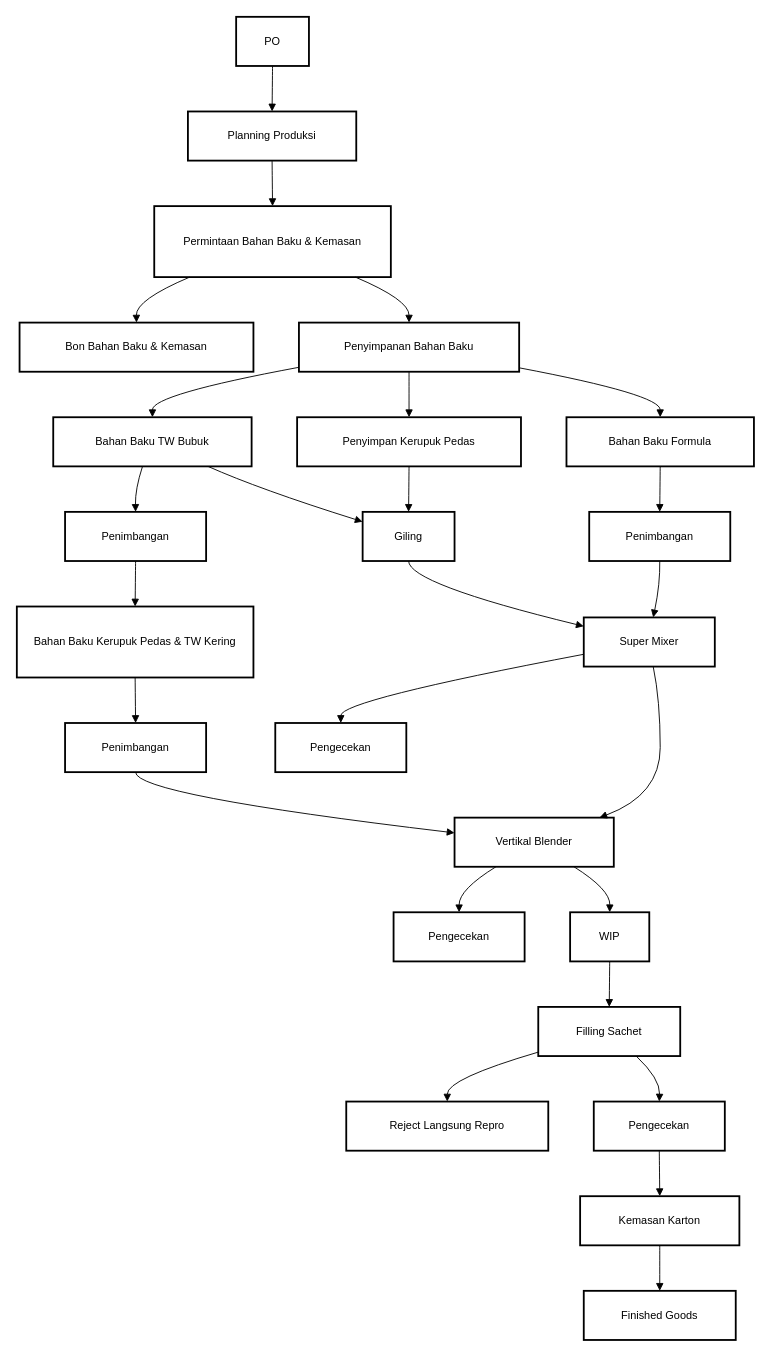
The draw.io diagram Finna Rawit Tabur SKL 3.drawio in hafizh911/drawio, before the edit. Source tidied: cells renumbered, new cells numbered last; positions are measured from the earlier drawing's top-left corner, leaving out a move shared by most shapes. Both pictures are drawn from the tidied source at 91%, with x=0, y=0 at pixel (16, 16).
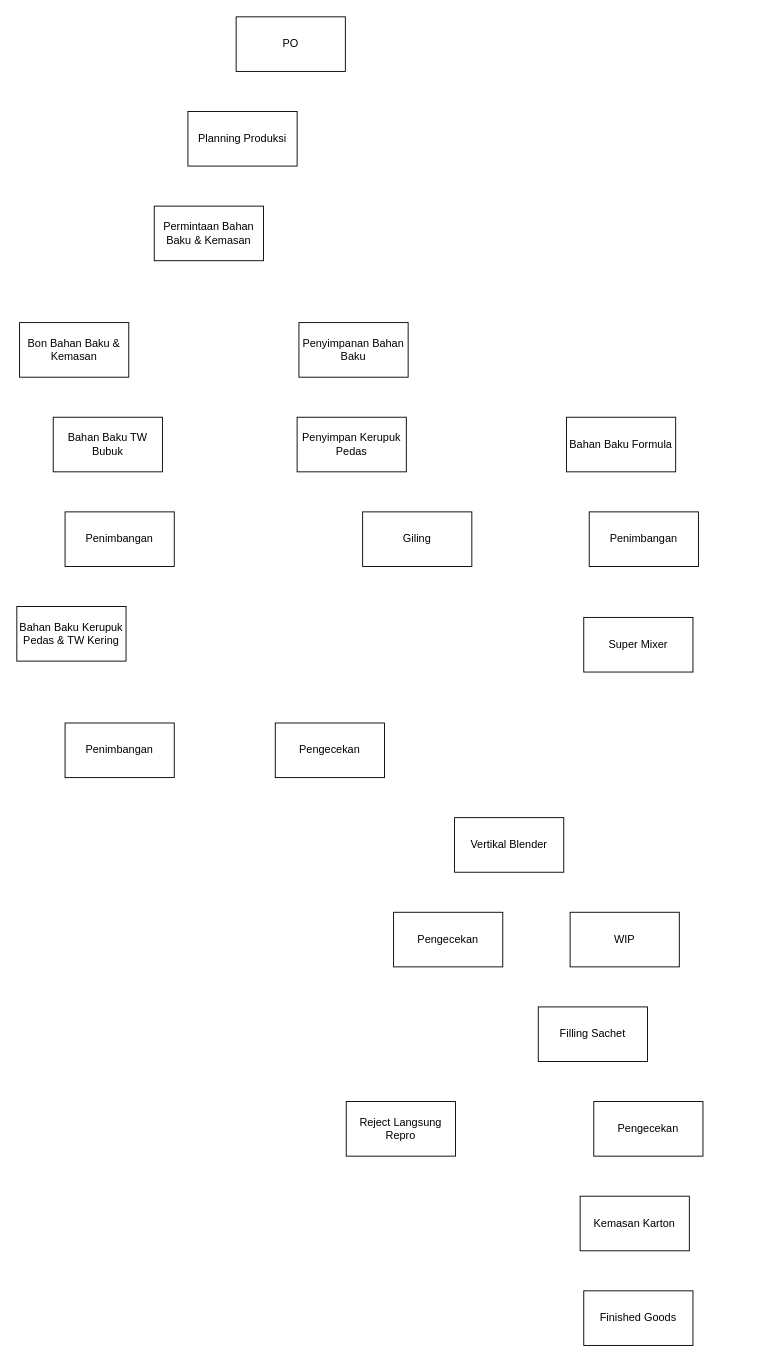
The same diagram, later.

The edit, as a diff of the source:
```diff
@@
-    <mxCell id="2" value="PO" style="whiteSpace=wrap;strokeWidth=2;" parent="1" vertex="1">
-      <mxGeometry x="241" width="80" height="54" as="geometry" />
+    <mxCell id="2" value="PO" style="whiteSpace=wrap;strokeWidth=1;" parent="1" vertex="1">
+      <mxGeometry x="241" width="120" height="60" as="geometry" />
     </mxCell>
-    <mxCell id="3" value="Planning Produksi" style="whiteSpace=wrap;strokeWidth=2;" parent="1" vertex="1">
-      <mxGeometry x="188" y="104" width="185" height="54" as="geometry" />
+    <mxCell id="3" value="Planning Produksi" style="whiteSpace=wrap;strokeWidth=1;" parent="1" vertex="1">
+      <mxGeometry x="188" y="104" width="120" height="60" as="geometry" />
     </mxCell>
-    <mxCell id="4" value="Permintaan Bahan Baku &amp; Kemasan" style="whiteSpace=wrap;strokeWidth=2;" parent="1" vertex="1">
-      <mxGeometry x="151" y="208" width="260" height="78" as="geometry" />
+    <mxCell id="4" value="Permintaan Bahan Baku &amp; Kemasan" style="whiteSpace=wrap;strokeWidth=1;" parent="1" vertex="1">
+      <mxGeometry x="151" y="208" width="120" height="60" as="geometry" />
     </mxCell>
-    <mxCell id="5" value="Bon Bahan Baku &amp; Kemasan" style="whiteSpace=wrap;strokeWidth=2;" parent="1" vertex="1">
-      <mxGeometry x="3" y="336" width="257" height="54" as="geometry" />
+    <mxCell id="5" value="Bon Bahan Baku &amp; Kemasan" style="whiteSpace=wrap;strokeWidth=1;" parent="1" vertex="1">
+      <mxGeometry x="3" y="336" width="120" height="60" as="geometry" />
     </mxCell>
-    <mxCell id="6" value="Penyimpanan Bahan Baku" style="whiteSpace=wrap;strokeWidth=2;" parent="1" vertex="1">
-      <mxGeometry x="310" y="336" width="242" height="54" as="geometry" />
+    <mxCell id="6" value="Penyimpanan Bahan Baku" style="whiteSpace=wrap;strokeWidth=1;" parent="1" vertex="1">
+      <mxGeometry x="310" y="336" width="120" height="60" as="geometry" />
     </mxCell>
-    <mxCell id="7" value="Bahan Baku TW Bubuk" style="whiteSpace=wrap;strokeWidth=2;" parent="1" vertex="1">
-      <mxGeometry x="40" y="440" width="218" height="54" as="geometry" />
+    <mxCell id="7" value="Bahan Baku TW Bubuk" style="whiteSpace=wrap;strokeWidth=1;" parent="1" vertex="1">
+      <mxGeometry x="40" y="440" width="120" height="60" as="geometry" />
     </mxCell>
-    <mxCell id="8" value="Penyimpan Kerupuk Pedas" style="whiteSpace=wrap;strokeWidth=2;" parent="1" vertex="1">
-      <mxGeometry x="308" y="440" width="246" height="54" as="geometry" />
+    <mxCell id="8" value="Penyimpan Kerupuk Pedas" style="whiteSpace=wrap;strokeWidth=1;" parent="1" vertex="1">
+      <mxGeometry x="308" y="440" width="120" height="60" as="geometry" />
     </mxCell>
-    <mxCell id="9" value="Bahan Baku Formula" style="whiteSpace=wrap;strokeWidth=2;" parent="1" vertex="1">
-      <mxGeometry x="604" y="440" width="206" height="54" as="geometry" />
+    <mxCell id="9" value="Bahan Baku Formula" style="whiteSpace=wrap;strokeWidth=1;" parent="1" vertex="1">
+      <mxGeometry x="604" y="440" width="120" height="60" as="geometry" />
     </mxCell>
-    <mxCell id="10" value="Giling" style="whiteSpace=wrap;strokeWidth=2;" parent="1" vertex="1">
-      <mxGeometry x="380" y="544" width="101" height="54" as="geometry" />
+    <mxCell id="10" value="Giling" style="whiteSpace=wrap;strokeWidth=1;" parent="1" vertex="1">
+      <mxGeometry x="380" y="544" width="120" height="60" as="geometry" />
     </mxCell>
-    <mxCell id="11" value="Penimbangan" style="whiteSpace=wrap;strokeWidth=2;" parent="1" vertex="1">
-      <mxGeometry x="629" y="544" width="155" height="54" as="geometry" />
+    <mxCell id="11" value="Penimbangan" style="whiteSpace=wrap;strokeWidth=1;" parent="1" vertex="1">
+      <mxGeometry x="629" y="544" width="120" height="60" as="geometry" />
     </mxCell>
-    <mxCell id="12" value="Super Mixer" style="whiteSpace=wrap;strokeWidth=2;" parent="1" vertex="1">
-      <mxGeometry x="623" y="660" width="144" height="54" as="geometry" />
+    <mxCell id="12" value="Super Mixer" style="whiteSpace=wrap;strokeWidth=1;" parent="1" vertex="1">
+      <mxGeometry x="623" y="660" width="120" height="60" as="geometry" />
     </mxCell>
-    <mxCell id="13" value="Penimbangan" style="whiteSpace=wrap;strokeWidth=2;" parent="1" vertex="1">
-      <mxGeometry x="53" y="544" width="155" height="54" as="geometry" />
+    <mxCell id="13" value="Penimbangan" style="whiteSpace=wrap;strokeWidth=1;" parent="1" vertex="1">
+      <mxGeometry x="53" y="544" width="120" height="60" as="geometry" />
     </mxCell>
-    <mxCell id="14" value="Bahan Baku Kerupuk Pedas &amp; TW Kering" style="whiteSpace=wrap;strokeWidth=2;" parent="1" vertex="1">
-      <mxGeometry y="648" width="260" height="78" as="geometry" />
+    <mxCell id="14" value="Bahan Baku Kerupuk Pedas &amp; TW Kering" style="whiteSpace=wrap;strokeWidth=1;" parent="1" vertex="1">
+      <mxGeometry y="648" width="120" height="60" as="geometry" />
     </mxCell>
-    <mxCell id="15" value="Penimbangan" style="whiteSpace=wrap;strokeWidth=2;" parent="1" vertex="1">
-      <mxGeometry x="53" y="776" width="155" height="54" as="geometry" />
+    <mxCell id="15" value="Penimbangan" style="whiteSpace=wrap;strokeWidth=1;" parent="1" vertex="1">
+      <mxGeometry x="53" y="776" width="120" height="60" as="geometry" />
     </mxCell>
-    <mxCell id="16" value="Vertikal Blender" style="whiteSpace=wrap;strokeWidth=2;" parent="1" vertex="1">
-      <mxGeometry x="481" y="880" width="175" height="54" as="geometry" />
+    <mxCell id="16" value="Vertikal Blender" style="whiteSpace=wrap;strokeWidth=1;" parent="1" vertex="1">
+      <mxGeometry x="481" y="880" width="120" height="60" as="geometry" />
     </mxCell>
-    <mxCell id="17" value="Pengecekan" style="whiteSpace=wrap;strokeWidth=2;" parent="1" vertex="1">
-      <mxGeometry x="284" y="776" width="144" height="54" as="geometry" />
+    <mxCell id="17" value="Pengecekan" style="whiteSpace=wrap;strokeWidth=1;" parent="1" vertex="1">
+      <mxGeometry x="284" y="776" width="120" height="60" as="geometry" />
     </mxCell>
-    <mxCell id="18" value="Pengecekan" style="whiteSpace=wrap;strokeWidth=2;" parent="1" vertex="1">
-      <mxGeometry x="414" y="984" width="144" height="54" as="geometry" />
+    <mxCell id="18" value="Pengecekan" style="whiteSpace=wrap;strokeWidth=1;" parent="1" vertex="1">
+      <mxGeometry x="414" y="984" width="120" height="60" as="geometry" />
     </mxCell>
-    <mxCell id="19" value="WIP" style="whiteSpace=wrap;strokeWidth=2;" parent="1" vertex="1">
-      <mxGeometry x="608" y="984" width="87" height="54" as="geometry" />
+    <mxCell id="19" value="WIP" style="whiteSpace=wrap;strokeWidth=1;" parent="1" vertex="1">
+      <mxGeometry x="608" y="984" width="120" height="60" as="geometry" />
     </mxCell>
-    <mxCell id="20" value="Filling Sachet" style="whiteSpace=wrap;strokeWidth=2;" parent="1" vertex="1">
-      <mxGeometry x="573" y="1088" width="156" height="54" as="geometry" />
+    <mxCell id="20" value="Filling Sachet" style="whiteSpace=wrap;strokeWidth=1;" parent="1" vertex="1">
+      <mxGeometry x="573" y="1088" width="120" height="60" as="geometry" />
     </mxCell>
-    <mxCell id="21" value="Reject Langsung Repro" style="whiteSpace=wrap;strokeWidth=2;" parent="1" vertex="1">
-      <mxGeometry x="362" y="1192" width="222" height="54" as="geometry" />
+    <mxCell id="21" value="Reject Langsung Repro" style="whiteSpace=wrap;strokeWidth=1;" parent="1" vertex="1">
+      <mxGeometry x="362" y="1192" width="120" height="60" as="geometry" />
     </mxCell>
-    <mxCell id="22" value="Pengecekan" style="whiteSpace=wrap;strokeWidth=2;" parent="1" vertex="1">
-      <mxGeometry x="634" y="1192" width="144" height="54" as="geometry" />
+    <mxCell id="22" value="Pengecekan" style="whiteSpace=wrap;strokeWidth=1;" parent="1" vertex="1">
+      <mxGeometry x="634" y="1192" width="120" height="60" as="geometry" />
     </mxCell>
-    <mxCell id="23" value="Kemasan Karton" style="whiteSpace=wrap;strokeWidth=2;" parent="1" vertex="1">
-      <mxGeometry x="619" y="1296" width="175" height="54" as="geometry" />
+    <mxCell id="23" value="Kemasan Karton" style="whiteSpace=wrap;strokeWidth=1;" parent="1" vertex="1">
+      <mxGeometry x="619" y="1296" width="120" height="60" as="geometry" />
     </mxCell>
-    <mxCell id="24" value="Finished Goods" style="whiteSpace=wrap;strokeWidth=2;" parent="1" vertex="1">
-      <mxGeometry x="623" y="1400" width="167" height="54" as="geometry" />
+    <mxCell id="24" value="Finished Goods" style="whiteSpace=wrap;strokeWidth=1;" parent="1" vertex="1">
+      <mxGeometry x="623" y="1400" width="120" height="60" as="geometry" />
     </mxCell>
-    <mxCell id="25" style="curved=1;startArrow=none;endArrow=block;exitX=0.5;exitY=1;entryX=0.5;entryY=0;rounded=0;" parent="1" edge="1" source="2" target="3">
-      <mxGeometry relative="1" as="geometry" />
-    </mxCell>
-    <mxCell id="26" style="curved=1;startArrow=none;endArrow=block;exitX=0.5;exitY=1;entryX=0.5;entryY=0;rounded=0;" parent="1" edge="1" source="3" target="4">
-      <mxGeometry relative="1" as="geometry" />
-    </mxCell>
-    <mxCell id="27" style="curved=1;startArrow=none;endArrow=block;exitX=0.15;exitY=1;entryX=0.5;entryY=0;rounded=0;" parent="1" edge="1" source="4" target="5">
-      <mxGeometry relative="1" as="geometry">
-        <Array as="points">
-          <mxPoint x="131" y="311" />
-        </Array>
-      </mxGeometry>
-    </mxCell>
-    <mxCell id="28" style="curved=1;startArrow=none;endArrow=block;exitX=0.85;exitY=1;entryX=0.5;entryY=0;rounded=0;" parent="1" edge="1" source="4" target="6">
-      <mxGeometry relative="1" as="geometry">
-        <Array as="points">
-          <mxPoint x="431" y="311" />
-        </Array>
-      </mxGeometry>
-    </mxCell>
-    <mxCell id="29" style="curved=1;startArrow=none;endArrow=block;exitX=0;exitY=0.91;entryX=0.5;entryY=0;rounded=0;" parent="1" edge="1" source="6" target="7">
-      <mxGeometry relative="1" as="geometry">
-        <Array as="points">
-          <mxPoint x="149" y="415" />
-        </Array>
-      </mxGeometry>
-    </mxCell>
-    <mxCell id="30" style="curved=1;startArrow=none;endArrow=block;exitX=0.5;exitY=1;entryX=0.5;entryY=0;rounded=0;" parent="1" edge="1" source="6" target="8">
-      <mxGeometry relative="1" as="geometry" />
-    </mxCell>
-    <mxCell id="31" style="curved=1;startArrow=none;endArrow=block;exitX=1;exitY=0.92;entryX=0.5;entryY=0;rounded=0;" parent="1" edge="1" source="6" target="9">
-      <mxGeometry relative="1" as="geometry">
-        <Array as="points">
-          <mxPoint x="707" y="415" />
-        </Array>
-      </mxGeometry>
-    </mxCell>
-    <mxCell id="32" style="curved=1;startArrow=none;endArrow=block;exitX=0.78;exitY=1;entryX=0;entryY=0.2;rounded=0;" parent="1" edge="1" source="7" target="10">
-      <mxGeometry relative="1" as="geometry">
-        <Array as="points">
-          <mxPoint x="266" y="519" />
-        </Array>
-      </mxGeometry>
-    </mxCell>
-    <mxCell id="33" style="curved=1;startArrow=none;endArrow=block;exitX=0.5;exitY=1;entryX=0.5;entryY=0;rounded=0;" parent="1" edge="1" source="8" target="10">
-      <mxGeometry relative="1" as="geometry" />
-    </mxCell>
-    <mxCell id="34" style="curved=1;startArrow=none;endArrow=block;exitX=0.5;exitY=1;entryX=0.5;entryY=0;rounded=0;" parent="1" edge="1" source="9" target="11">
-      <mxGeometry relative="1" as="geometry" />
-    </mxCell>
-    <mxCell id="35" style="curved=1;startArrow=none;endArrow=block;exitX=0.5;exitY=1;entryX=0;entryY=0.18;rounded=0;" parent="1" edge="1" source="10" target="12">
-      <mxGeometry relative="1" as="geometry">
-        <Array as="points">
-          <mxPoint x="431" y="623" />
-        </Array>
-      </mxGeometry>
-    </mxCell>
-    <mxCell id="36" style="curved=1;startArrow=none;endArrow=block;exitX=0.5;exitY=1;entryX=0.53;entryY=0;rounded=0;" parent="1" edge="1" source="11" target="12">
-      <mxGeometry relative="1" as="geometry">
-        <Array as="points">
-          <mxPoint x="707" y="623" />
-        </Array>
-      </mxGeometry>
-    </mxCell>
-    <mxCell id="37" style="curved=1;startArrow=none;endArrow=block;exitX=0.45;exitY=1;entryX=0.5;entryY=0;rounded=0;" parent="1" edge="1" source="7" target="13">
-      <mxGeometry relative="1" as="geometry">
-        <Array as="points">
-          <mxPoint x="130" y="519" />
-        </Array>
-      </mxGeometry>
-    </mxCell>
-    <mxCell id="38" style="curved=1;startArrow=none;endArrow=block;exitX=0.5;exitY=1;entryX=0.5;entryY=0;rounded=0;" parent="1" edge="1" source="13" target="14">
-      <mxGeometry relative="1" as="geometry" />
-    </mxCell>
-    <mxCell id="39" style="curved=1;startArrow=none;endArrow=block;exitX=0.5;exitY=1;entryX=0.5;entryY=0;rounded=0;" parent="1" edge="1" source="14" target="15">
-      <mxGeometry relative="1" as="geometry" />
-    </mxCell>
-    <mxCell id="40" style="curved=1;startArrow=none;endArrow=block;exitX=0.5;exitY=1;entryX=0;entryY=0.31;rounded=0;" parent="1" edge="1" source="15" target="16">
-      <mxGeometry relative="1" as="geometry">
-        <Array as="points">
-          <mxPoint x="130" y="855" />
-        </Array>
-      </mxGeometry>
-    </mxCell>
-    <mxCell id="41" style="curved=1;startArrow=none;endArrow=block;exitX=0.53;exitY=1;entryX=0.91;entryY=0;rounded=0;" parent="1" edge="1" source="12" target="16">
-      <mxGeometry relative="1" as="geometry">
-        <Array as="points">
-          <mxPoint x="707" y="751" />
-          <mxPoint x="707" y="855" />
-        </Array>
-      </mxGeometry>
-    </mxCell>
-    <mxCell id="42" style="curved=1;startArrow=none;endArrow=block;exitX=0;exitY=0.75;entryX=0.5;entryY=0;rounded=0;" parent="1" edge="1" source="12" target="17">
-      <mxGeometry relative="1" as="geometry">
-        <Array as="points">
-          <mxPoint x="356" y="751" />
-        </Array>
-      </mxGeometry>
-    </mxCell>
-    <mxCell id="43" style="curved=1;startArrow=none;endArrow=block;exitX=0.26;exitY=1;entryX=0.5;entryY=0;rounded=0;" parent="1" edge="1" source="16" target="18">
-      <mxGeometry relative="1" as="geometry">
-        <Array as="points">
-          <mxPoint x="486" y="959" />
-        </Array>
-      </mxGeometry>
-    </mxCell>
-    <mxCell id="44" style="curved=1;startArrow=none;endArrow=block;exitX=0.75;exitY=1;entryX=0.5;entryY=0;rounded=0;" parent="1" edge="1" source="16" target="19">
-      <mxGeometry relative="1" as="geometry">
-        <Array as="points">
-          <mxPoint x="652" y="959" />
-        </Array>
-      </mxGeometry>
-    </mxCell>
-    <mxCell id="45" style="curved=1;startArrow=none;endArrow=block;exitX=0.5;exitY=1;entryX=0.5;entryY=0;rounded=0;" parent="1" edge="1" source="19" target="20">
-      <mxGeometry relative="1" as="geometry" />
-    </mxCell>
-    <mxCell id="46" style="curved=1;startArrow=none;endArrow=block;exitX=0;exitY=0.92;entryX=0.5;entryY=0;rounded=0;" parent="1" edge="1" source="20" target="21">
-      <mxGeometry relative="1" as="geometry">
-        <Array as="points">
-          <mxPoint x="473" y="1167" />
-        </Array>
-      </mxGeometry>
-    </mxCell>
-    <mxCell id="47" style="curved=1;startArrow=none;endArrow=block;exitX=0.69;exitY=1;entryX=0.5;entryY=0;rounded=0;" parent="1" edge="1" source="20" target="22">
-      <mxGeometry relative="1" as="geometry">
-        <Array as="points">
-          <mxPoint x="707" y="1167" />
-        </Array>
-      </mxGeometry>
-    </mxCell>
-    <mxCell id="48" style="curved=1;startArrow=none;endArrow=block;exitX=0.5;exitY=1;entryX=0.5;entryY=0;rounded=0;" parent="1" edge="1" source="22" target="23">
-      <mxGeometry relative="1" as="geometry" />
-    </mxCell>
-    <mxCell id="49" style="curved=1;startArrow=none;endArrow=block;exitX=0.5;exitY=1;entryX=0.5;entryY=0;rounded=0;" parent="1" edge="1" source="23" target="24">
-      <mxGeometry relative="1" as="geometry" />
-    </mxCell>
```
